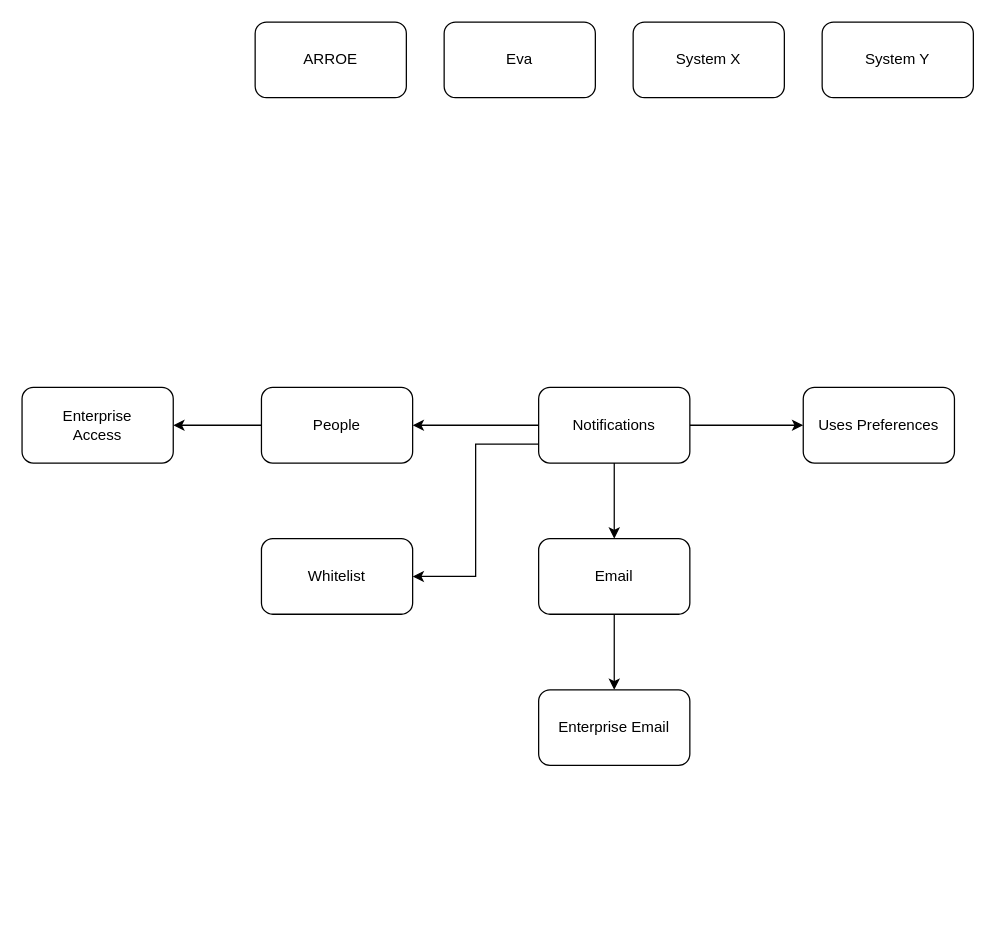
The draw.io diagram Drawings/Microservices/Architecture/Untitled Diagram.drawio in RMSLowside/rmslow, before the edit. Source tidied: cells renumbered, new cells numbered last; positions are measured from the earlier drawing's top-left corner, leaving out a move shared by most shapes. Both pictures are drawn from the tidied source at 126%, with x=0, y=0 at pixel (21, 21).
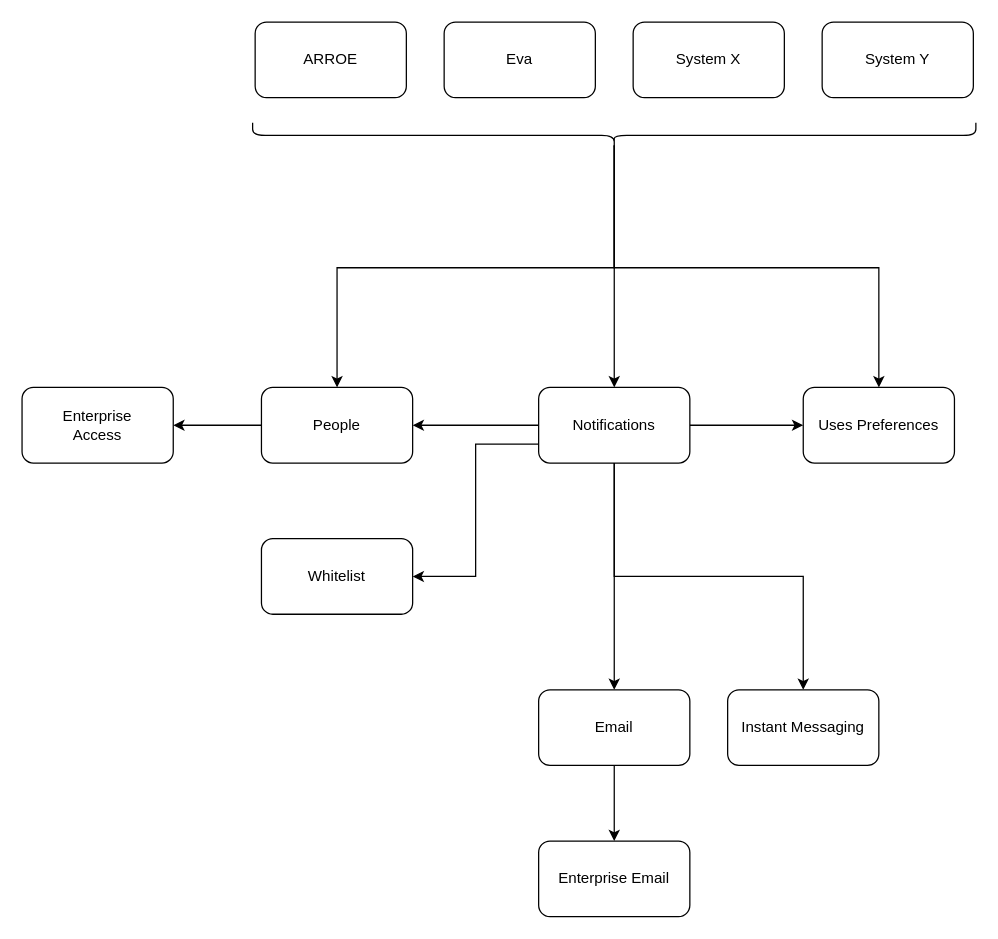
Above is the later version.

Unchanged cells that the change refers to:
```xml
<mxCell id="6" value="Notifications" style="rounded=1;whiteSpace=wrap;html=1;" parent="1" vertex="1">
  <mxGeometry x="410" y="290" width="120" height="60" as="geometry" />
</mxCell>
<mxCell id="10" value="People" style="rounded=1;whiteSpace=wrap;html=1;" parent="1" vertex="1">
  <mxGeometry x="190" y="290" width="120" height="60" as="geometry" />
</mxCell>
<mxCell id="13" value="Uses Preferences" style="rounded=1;whiteSpace=wrap;html=1;" parent="1" vertex="1">
  <mxGeometry x="620" y="290" width="120" height="60" as="geometry" />
</mxCell>
```

What changed in the source:
```diff
@@
+    <mxCell id="19" style="edgeStyle=orthogonalEdgeStyle;rounded=0;jettySize=auto;html=1;exitX=0.5;exitY=1;exitDx=0;exitDy=0;entryX=0.5;entryY=0;entryDx=0;entryDy=0;" parent="1" edge="1" source="6" target="24">
+      <mxGeometry relative="1" as="geometry" />
+    </mxCell>
@@
     <mxCell id="8" value="Email" style="rounded=1;whiteSpace=wrap;html=1;" parent="1" vertex="1">
-      <mxGeometry x="410" y="410" width="120" height="60" as="geometry" />
+      <mxGeometry x="410" y="530" width="120" height="60" as="geometry" />
     </mxCell>
@@
     <mxCell id="15" value="Enterprise Email" style="rounded=1;whiteSpace=wrap;html=1;" parent="1" vertex="1">
-      <mxGeometry x="410" y="530" width="120" height="60" as="geometry" />
+      <mxGeometry x="410" y="650" width="120" height="60" as="geometry" />
     </mxCell>
@@
+    <mxCell id="20" style="edgeStyle=orthogonalEdgeStyle;rounded=0;jettySize=auto;html=1;exitX=0.1;exitY=0.5;exitDx=0;exitDy=0;exitPerimeter=0;entryX=0.5;entryY=0;entryDx=0;entryDy=0;" parent="1" edge="1" source="23" target="6">
+      <mxGeometry relative="1" as="geometry" />
+    </mxCell>
+    <mxCell id="21" style="edgeStyle=orthogonalEdgeStyle;rounded=0;jettySize=auto;html=1;entryX=0.5;entryY=0;entryDx=0;entryDy=0;exitX=0.1;exitY=0.5;exitDx=0;exitDy=0;exitPerimeter=0;" parent="1" edge="1" source="23" target="13">
+      <mxGeometry relative="1" as="geometry" />
+    </mxCell>
+    <mxCell id="22" style="edgeStyle=orthogonalEdgeStyle;rounded=0;jettySize=auto;html=1;exitX=0.1;exitY=0.5;exitDx=0;exitDy=0;exitPerimeter=0;" parent="1" edge="1" source="23" target="10">
+      <mxGeometry relative="1" as="geometry" />
+    </mxCell>
+    <mxCell id="23" style="shape=curlyBracket;whiteSpace=wrap;html=1;rounded=1;rotation=-180;direction=south;" parent="1" vertex="1">
+      <mxGeometry x="183" y="80" width="574" height="20" as="geometry" />
+    </mxCell>
+    <mxCell id="24" value="Instant Messaging" style="rounded=1;whiteSpace=wrap;html=1;" parent="1" vertex="1">
+      <mxGeometry x="560" y="530" width="120" height="60" as="geometry" />
+    </mxCell>
```
